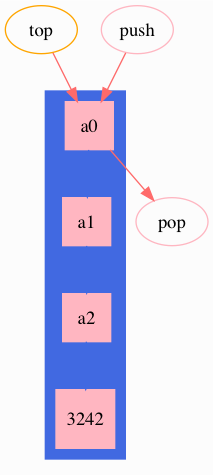
Above: DotExamples/stack.png in arafatkatze/DataViz (Graphviz), before the change. Its source is kept beside it as DotExamples/stack.dot.
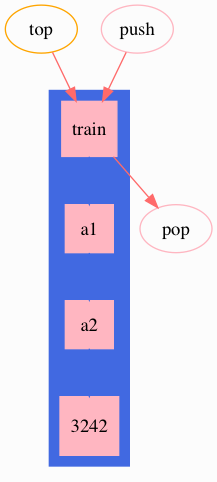
After the commit.

Diff of the diagram source:
```diff
@@ -1,13 +1,8 @@
-digraph G {
-	bgcolor=grey99;
-	subgraph cluster_0 {
-		style=filled;
-		color=royalblue;
-    a0[fillcolor=lightpink,color=lightpink, style=filled, shape="square"];
+digraph G {bgcolor=grey99;subgraph cluster_0 {style=filled;color=royalblue;node [style=filled,color=white, shape="rect"];
+    a0[fillcolor=lightpink,color=lightpink, style=filled, shape="square",label="train"];
     a1[fillcolor=lightpink,color=lightpink, style=filled, shape="square"];
     a2[fillcolor=lightpink,color=lightpink, style=filled, shape="square"];
     3242[fillcolor=lightpink,color=lightpink, style=filled, shape="square"];
-		node [style=filled,color=white, shape="rect"];
 		a0->a1->a2->3242[color=royalblue];
 	}
 	top[color=orange];
```
